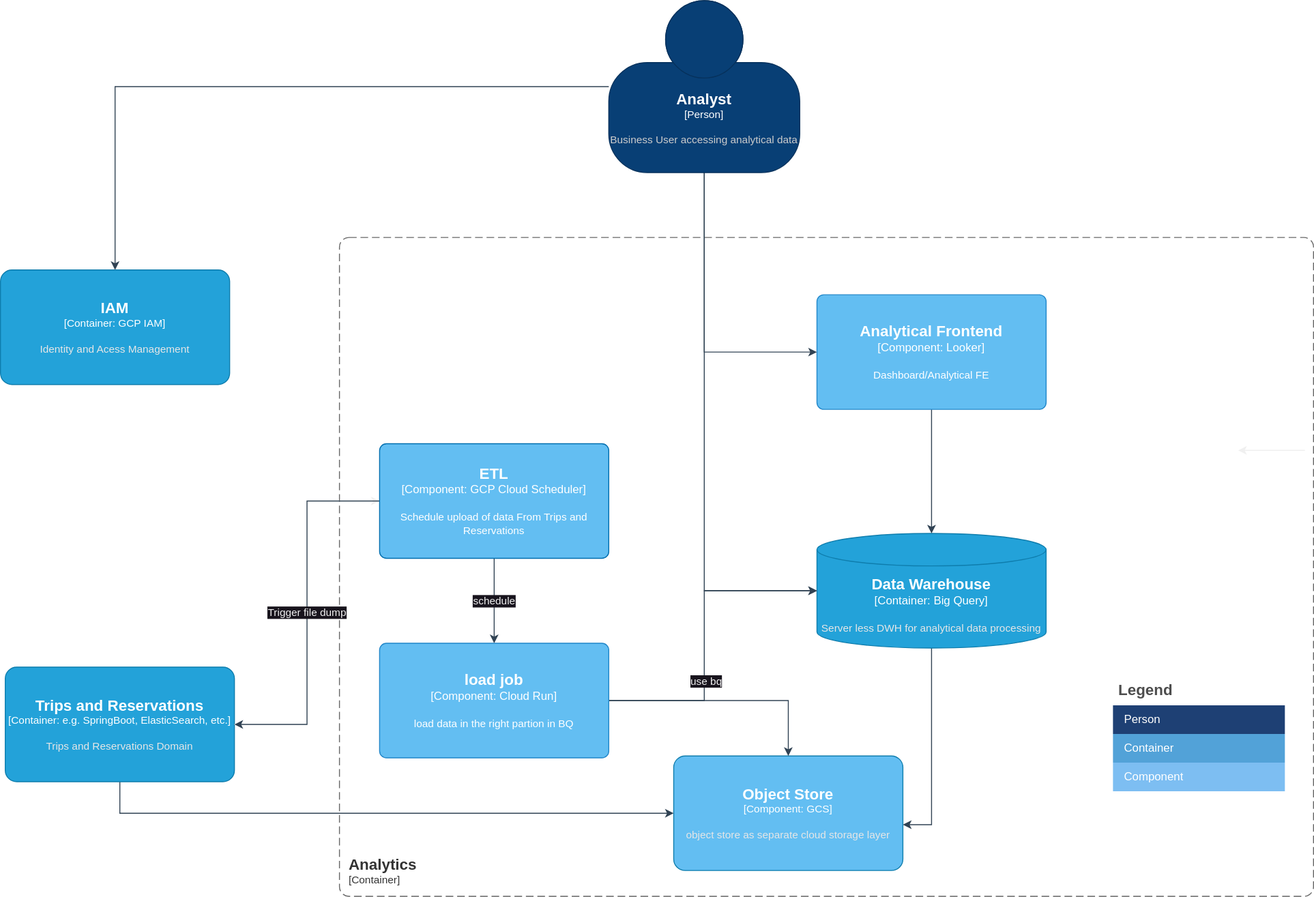
Before: diagrams/Analytics-logical.drawio.svg, a diagram exported from draw.io (wschaef/architecture-kata-2023). Source tidied: cells renumbered, new cells last; positions are measured from the earlier drawing's top-left corner, leaving out a move shared by most shapes.
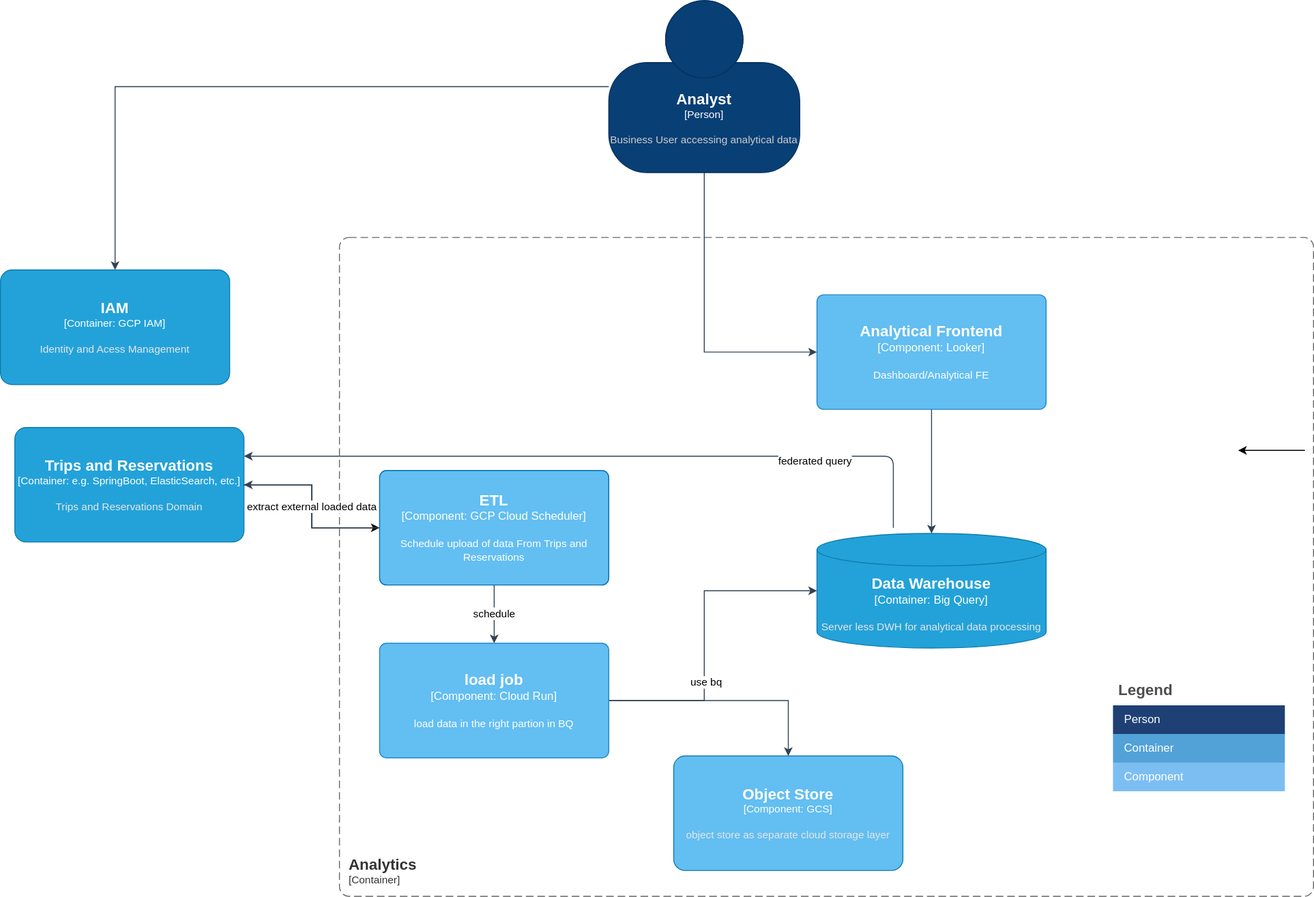
Later version of the same file.

Commit message:
updated deployment diagram

Diff of the diagram source:
```diff
@@ -2,9 +2,17 @@
   <root>
     <mxCell id="0" />
     <mxCell id="1" parent="0" />
-    <mxCell id="2" style="edgeStyle=orthogonalEdgeStyle;rounded=0;jettySize=auto;html=1;entryX=1;entryY=0.6;entryDx=0;entryDy=0;entryPerimeter=0;fillColor=#647687;strokeColor=#314354;" parent="1" edge="1" source="3" target="7">
-      <mxGeometry relative="1" as="geometry" />
-    </mxCell>
+    <mxCell id="31" style="edgeStyle=none;html=1;entryX=1;entryY=0.25;entryDx=0;entryDy=0;entryPerimeter=0;fillColor=#647687;strokeColor=#314354;" parent="1" edge="1" target="22">
+      <mxGeometry relative="1" as="geometry">
+        <mxPoint x="935" y="552" as="sourcePoint" />
+        <Array as="points">
+          <mxPoint x="935" y="477" />
+        </Array>
+      </mxGeometry>
+    </mxCell>
+    <mxCell id="32" value="federated query" style="edgeLabel;html=1;align=center;verticalAlign=middle;" parent="31" vertex="1">
+      <mxGeometry x="-0.58" y="4" relative="1" as="geometry" />
+    </mxCell>
     <object id="3" label="&lt;font style=&quot;font-size: 16px&quot;&gt;&lt;b&gt;%c4Type%&lt;/b&gt;&lt;/font&gt;&lt;div&gt;[%c4Container%:&amp;nbsp;%c4Technology%]&lt;/div&gt;&lt;br&gt;&lt;div&gt;&lt;font style=&quot;font-size: 11px&quot;&gt;&lt;font color=&quot;#E6E6E6&quot;&gt;%c4Description%&lt;/font&gt;&lt;/div&gt;" c4Container="Container" c4Description="Server less DWH for analytical data processing" c4Technology="Big Query" c4Type="Data Warehouse" placeholders="1">
       <mxCell style="shape=cylinder3;size=17;whiteSpace=wrap;html=1;boundedLbl=1;rounded=0;labelBackgroundColor=none;fillColor=#23A2D9;fontSize=12;fontColor=#ffffff;align=center;strokeColor=#0E7DAD;points=[[0.5,0,0],[1,0.25,0],[1,0.5,0],[1,0.75,0],[0.5,1,0],[0,0.75,0],[0,0.5,0],[0,0.25,0]];" parent="1" vertex="1">
         <mxGeometry x="855" y="558" width="240" height="120" as="geometry" />
@@ -58,9 +66,6 @@
     <mxCell id="16" style="edgeStyle=orthogonalEdgeStyle;rounded=0;jettySize=auto;html=1;entryX=0;entryY=0.5;entryDx=0;entryDy=0;entryPerimeter=0;fillColor=#647687;strokeColor=#314354;exitX=0.5;exitY=1;exitDx=0;exitDy=0;exitPerimeter=0;" parent="1" edge="1" source="19" target="6">
       <mxGeometry relative="1" as="geometry" />
     </mxCell>
-    <mxCell id="17" style="edgeStyle=orthogonalEdgeStyle;rounded=0;jettySize=auto;html=1;entryX=0;entryY=0.5;entryDx=0;entryDy=0;entryPerimeter=0;exitX=0.5;exitY=1;exitDx=0;exitDy=0;exitPerimeter=0;fillColor=#647687;strokeColor=#314354;" parent="1" edge="1" source="19" target="3">
-      <mxGeometry relative="1" as="geometry" />
-    </mxCell>
     <mxCell id="18" style="edgeStyle=orthogonalEdgeStyle;rounded=0;jettySize=auto;html=1;fillColor=#647687;strokeColor=#314354;" parent="1" edge="1" source="19" target="20">
       <mxGeometry relative="1" as="geometry" />
     </mxCell>
@@ -74,22 +79,15 @@
         <mxGeometry y="282" width="240" height="120" as="geometry" />
       </mxCell>
     </object>
-    <mxCell id="21" style="edgeStyle=orthogonalEdgeStyle;rounded=0;jettySize=auto;html=1;entryX=0;entryY=0.5;entryDx=0;entryDy=0;entryPerimeter=0;fillColor=#647687;strokeColor=#314354;exitX=0.5;exitY=1;exitDx=0;exitDy=0;exitPerimeter=0;" parent="1" edge="1" source="22" target="7">
-      <mxGeometry relative="1" as="geometry">
-        <Array as="points">
-          <mxPoint x="125" y="851" />
-        </Array>
-      </mxGeometry>
-    </mxCell>
     <object id="22" label="&lt;font style=&quot;font-size: 16px&quot;&gt;&lt;b&gt;%c4Name%&lt;/b&gt;&lt;/font&gt;&lt;div&gt;[%c4Type%: %c4Technology%]&lt;/div&gt;&lt;br&gt;&lt;div&gt;&lt;font style=&quot;font-size: 11px&quot;&gt;&lt;font color=&quot;#E6E6E6&quot;&gt;%c4Description%&lt;/font&gt;&lt;/div&gt;" c4Description="Trips and Reservations Domain" c4Name="Trips and Reservations" c4Technology="e.g. SpringBoot, ElasticSearch, etc." c4Type="Container" placeholders="1">
       <mxCell style="rounded=1;whiteSpace=wrap;html=1;fontSize=11;labelBackgroundColor=none;fillColor=#23A2D9;fontColor=#ffffff;align=center;arcSize=10;strokeColor=#0E7DAD;points=[[0.25,0,0],[0.5,0,0],[0.75,0,0],[1,0.25,0],[1,0.5,0],[1,0.75,0],[0.75,1,0],[0.5,1,0],[0.25,1,0],[0,0.75,0],[0,0.5,0],[0,0.25,0]];" parent="1" vertex="1">
-        <mxGeometry x="5" y="698" width="240" height="120" as="geometry" />
+        <mxGeometry x="15" y="447" width="240" height="120" as="geometry" />
       </mxCell>
     </object>
     <mxCell id="23" style="edgeStyle=orthogonalEdgeStyle;rounded=0;jettySize=auto;html=1;entryX=0;entryY=0.5;entryDx=0;entryDy=0;entryPerimeter=0;" parent="1" edge="1" source="22" target="28">
       <mxGeometry relative="1" as="geometry" />
     </mxCell>
-    <mxCell id="24" value="Trigger file dump" style="edgeStyle=orthogonalEdgeStyle;rounded=0;jettySize=auto;html=1;entryX=1;entryY=0.5;entryDx=0;entryDy=0;entryPerimeter=0;strokeColor=#314354;fillColor=#647687;" parent="1" edge="1" source="28" target="22">
+    <mxCell id="24" value="extract external loaded data" style="edgeStyle=orthogonalEdgeStyle;rounded=0;jettySize=auto;html=1;entryX=1;entryY=0.5;entryDx=0;entryDy=0;entryPerimeter=0;strokeColor=#314354;fillColor=#647687;" parent="1" edge="1" source="28" target="22">
       <mxGeometry relative="1" as="geometry" />
     </mxCell>
     <mxCell id="25" style="edgeStyle=orthogonalEdgeStyle;rounded=0;jettySize=auto;html=1;entryX=0;entryY=0.5;entryDx=0;entryDy=0;entryPerimeter=0;fillColor=#647687;strokeColor=#314354;exitX=1;exitY=0.5;exitDx=0;exitDy=0;exitPerimeter=0;" parent="1" edge="1" source="30" target="3">
@@ -110,7 +108,7 @@
     </mxCell>
     <object id="28" label="&lt;font style=&quot;font-size: 16px&quot;&gt;&lt;b&gt;%c4Name%&lt;/b&gt;&lt;/font&gt;&lt;div&gt;[%c4Type%: %c4Technology%]&lt;/div&gt;&lt;br&gt;&lt;div&gt;&lt;font style=&quot;font-size: 11px&quot;&gt;%c4Description%&lt;/font&gt;&lt;/div&gt;" c4Description="Schedule upload of data From Trips and Reservations" c4Name="ETL" c4Technology="GCP Cloud Scheduler" c4Type="Component" placeholders="1">
       <mxCell style="rounded=1;whiteSpace=wrap;html=1;labelBackgroundColor=none;fillColor=#63BEF2;fontColor=#ffffff;align=center;arcSize=6;strokeColor=#006EAF;points=[[0.25,0,0],[0.5,0,0],[0.75,0,0],[1,0.25,0],[1,0.5,0],[1,0.75,0],[0.75,1,0],[0.5,1,0],[0.25,1,0],[0,0.75,0],[0,0.5,0],[0,0.25,0]];" parent="1" vertex="1">
-        <mxGeometry x="397" y="464" width="240" height="120" as="geometry" />
+        <mxGeometry x="397" y="492" width="240" height="120" as="geometry" />
       </mxCell>
     </object>
     <mxCell id="29" style="edgeStyle=orthogonalEdgeStyle;rounded=0;jettySize=auto;html=1;entryX=0.5;entryY=0;entryDx=0;entryDy=0;entryPerimeter=0;fillColor=#647687;strokeColor=#314354;" parent="1" edge="1" source="30" target="7">
```
